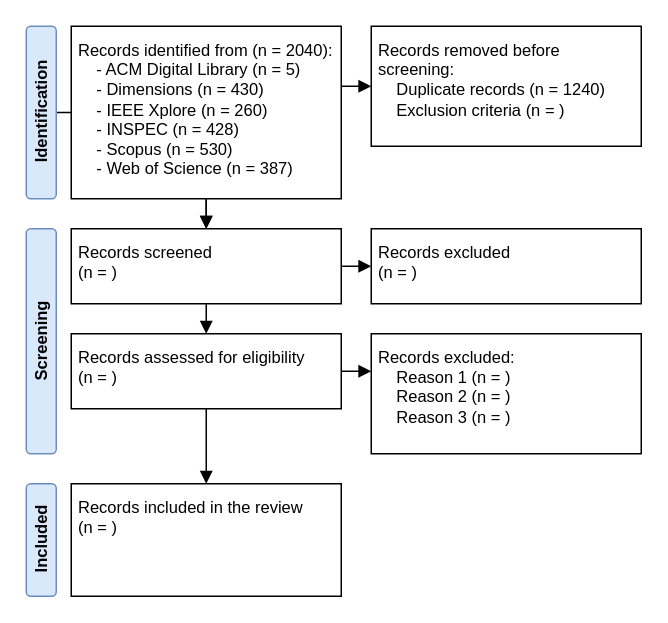
The draw.io diagram doc/diagrams/slr-ltlm-mr.drawio in sousarbarb/slr-ltlm-mr, before the edit. Source tidied: cells renumbered, new cells numbered last; positions are measured from the earlier drawing's top-left corner, leaving out a move shared by most shapes. Both pictures are drawn from the tidied source at 150%, with x=0, y=0 at pixel (-72, 26).
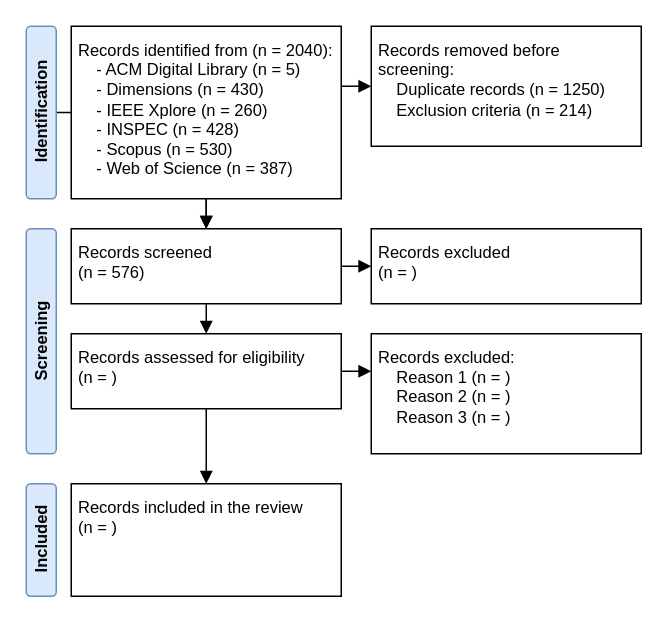
Above is the later version.

Commit message (it also covers changes not shown here):
Update README (identification phase results). Update selection diagram

Diff of the diagram source:
```diff
@@
 <mxGraphModel>
   <root>
     <mxCell id="0" />
     <mxCell id="1" parent="0" />
     <mxCell id="2" style="edgeStyle=orthogonalEdgeStyle;rounded=0;jettySize=auto;html=1;fontSize=11;endArrow=block;endFill=1;" parent="1" edge="1" source="3" target="10">
       <mxGeometry relative="1" as="geometry" />
     </mxCell>
     <mxCell id="3" value="&lt;b style=&quot;font-size: 11px;&quot;&gt;Identification&lt;/b&gt;" style="rounded=1;whiteSpace=wrap;html=1;rotation=-90;fontSize=11;fillColor=#dae8fc;strokeColor=#6c8ebf;" parent="1" vertex="1">
       <mxGeometry x="17.5" y="47.5" width="115" height="20" as="geometry" />
     </mxCell>
     <mxCell id="4" style="edgeStyle=orthogonalEdgeStyle;rounded=0;jettySize=auto;html=1;exitX=0.5;exitY=1;exitDx=0;exitDy=0;entryX=0.5;entryY=0;entryDx=0;entryDy=0;fontSize=11;endArrow=block;endFill=1;" parent="1" edge="1" source="6" target="10">
       <mxGeometry relative="1" as="geometry" />
     </mxCell>
     <mxCell id="5" style="edgeStyle=orthogonalEdgeStyle;rounded=0;jettySize=auto;html=1;entryX=0;entryY=0.5;entryDx=0;entryDy=0;fontSize=11;endArrow=block;endFill=1;exitX=1;exitY=0.348;exitDx=0;exitDy=0;exitPerimeter=0;" parent="1" edge="1" source="6" target="7">
       <mxGeometry relative="1" as="geometry" />
     </mxCell>
     <mxCell id="6" value="Records identified from (n = 2040):&lt;br style=&quot;font-size: 11px&quot;&gt;&amp;nbsp; &amp;nbsp; - ACM Digital Library (n = 5)&lt;br style=&quot;font-size: 11px&quot;&gt;&amp;nbsp; &amp;nbsp; - Dimensions (n = 430)&lt;br style=&quot;font-size: 11px&quot;&gt;&amp;nbsp; &amp;nbsp; - IEEE Xplore (n = 260)&lt;br style=&quot;font-size: 11px&quot;&gt;&amp;nbsp; &amp;nbsp; - INSPEC (n = 428)&lt;br style=&quot;font-size: 11px&quot;&gt;&amp;nbsp; &amp;nbsp; - Scopus (n = 530)&lt;br style=&quot;font-size: 11px&quot;&gt;&amp;nbsp; &amp;nbsp; - Web of Science (n = 387)" style="rounded=0;whiteSpace=wrap;html=1;align=left;spacing=5;fontSize=11;verticalAlign=top;" parent="1" vertex="1">
       <mxGeometry x="95" width="180" height="115" as="geometry" />
     </mxCell>
-    <mxCell id="7" value="Records removed before screening:&lt;br style=&quot;font-size: 11px&quot;&gt;&amp;nbsp; &amp;nbsp; Duplicate records (n = 1240)&lt;br style=&quot;font-size: 11px&quot;&gt;&amp;nbsp; &amp;nbsp; Exclusion criteria (n = )" style="rounded=0;whiteSpace=wrap;html=1;align=left;spacing=5;fontSize=11;verticalAlign=top;" parent="1" vertex="1">
+    <mxCell id="7" value="Records removed before screening:&lt;br style=&quot;font-size: 11px&quot;&gt;&amp;nbsp; &amp;nbsp; Duplicate records (n = 1250)&lt;br style=&quot;font-size: 11px&quot;&gt;&amp;nbsp; &amp;nbsp; Exclusion criteria (n = 214)" style="rounded=0;whiteSpace=wrap;html=1;align=left;spacing=5;fontSize=11;verticalAlign=top;" parent="1" vertex="1">
       <mxGeometry x="295" width="180" height="80" as="geometry" />
     </mxCell>
     <mxCell id="8" style="edgeStyle=orthogonalEdgeStyle;rounded=0;jettySize=auto;html=1;exitX=1;exitY=0.5;exitDx=0;exitDy=0;entryX=0;entryY=0.5;entryDx=0;entryDy=0;fontSize=11;endArrow=block;endFill=1;" parent="1" edge="1" source="10" target="11">
       <mxGeometry relative="1" as="geometry" />
     </mxCell>
     <mxCell id="9" style="edgeStyle=orthogonalEdgeStyle;rounded=0;jettySize=auto;html=1;exitX=0.5;exitY=1;exitDx=0;exitDy=0;entryX=0.5;entryY=0;entryDx=0;entryDy=0;fontSize=11;endArrow=block;endFill=1;" parent="1" edge="1" source="10" target="14">
       <mxGeometry relative="1" as="geometry" />
     </mxCell>
-    <mxCell id="10" value="Records screened&lt;br&gt;(n = )" style="rounded=0;whiteSpace=wrap;html=1;align=left;spacing=5;fontSize=11;verticalAlign=top;" parent="1" vertex="1">
+    <mxCell id="10" value="Records screened&lt;br&gt;(n = 576)" style="rounded=0;whiteSpace=wrap;html=1;align=left;spacing=5;fontSize=11;verticalAlign=top;" parent="1" vertex="1">
       <mxGeometry x="95" y="135" width="180" height="50" as="geometry" />
     </mxCell>
     <mxCell id="11" value="Records excluded&lt;br&gt;(n = )" style="rounded=0;whiteSpace=wrap;html=1;align=left;spacing=5;fontSize=11;verticalAlign=top;" parent="1" vertex="1">
       <mxGeometry x="295" y="135" width="180" height="50" as="geometry" />
     </mxCell>
     <mxCell id="12" style="edgeStyle=orthogonalEdgeStyle;rounded=0;jettySize=auto;html=1;exitX=1;exitY=0.5;exitDx=0;exitDy=0;fontSize=11;endArrow=block;endFill=1;entryX=0;entryY=0.311;entryDx=0;entryDy=0;entryPerimeter=0;" parent="1" edge="1" source="14" target="15">
       <mxGeometry relative="1" as="geometry" />
     </mxCell>
     <mxCell id="13" style="edgeStyle=orthogonalEdgeStyle;rounded=0;jettySize=auto;html=1;exitX=0.5;exitY=1;exitDx=0;exitDy=0;entryX=0.5;entryY=0;entryDx=0;entryDy=0;fontSize=11;endArrow=block;endFill=1;" parent="1" edge="1" source="14" target="17">
       <mxGeometry relative="1" as="geometry" />
     </mxCell>
     <mxCell id="14" value="Records assessed for eligibility&lt;br&gt;(n = )" style="rounded=0;whiteSpace=wrap;html=1;align=left;spacing=5;fontSize=11;verticalAlign=top;" parent="1" vertex="1">
       <mxGeometry x="95" y="205" width="180" height="50" as="geometry" />
     </mxCell>
     <mxCell id="15" value="Records excluded:&lt;br&gt;&amp;nbsp; &amp;nbsp; Reason 1 (n = )&lt;br&gt;&amp;nbsp; &amp;nbsp; Reason 2 (n = )&lt;br&gt;&amp;nbsp; &amp;nbsp; Reason 3 (n = )" style="rounded=0;whiteSpace=wrap;html=1;align=left;spacing=5;fontSize=11;verticalAlign=top;" parent="1" vertex="1">
       <mxGeometry x="295" y="205" width="180" height="80" as="geometry" />
     </mxCell>
     <mxCell id="16" value="&lt;b style=&quot;font-size: 11px;&quot;&gt;Screening&lt;/b&gt;" style="rounded=1;whiteSpace=wrap;html=1;rotation=-90;fontSize=11;fillColor=#dae8fc;strokeColor=#6c8ebf;" parent="1" vertex="1">
       <mxGeometry y="200" width="150" height="20" as="geometry" />
     </mxCell>
     <mxCell id="17" value="Records included in the review&lt;br&gt;(n = )" style="rounded=0;whiteSpace=wrap;html=1;align=left;spacing=5;fontSize=11;verticalAlign=top;" parent="1" vertex="1">
       <mxGeometry x="95" y="305" width="180" height="75" as="geometry" />
     </mxCell>
     <mxCell id="18" value="&lt;b style=&quot;font-size: 11px;&quot;&gt;Included&lt;/b&gt;" style="rounded=1;whiteSpace=wrap;html=1;rotation=-90;fontSize=11;fillColor=#dae8fc;strokeColor=#6c8ebf;" parent="1" vertex="1">
       <mxGeometry x="37.5" y="332.5" width="75" height="20" as="geometry" />
     </mxCell>
   </root>
 </mxGraphModel>
```
